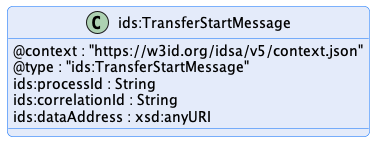
Above: transfer/images/transfer-start-message.png in International-Data-Spaces-Association/ids-specification (PlantUML), before the change.
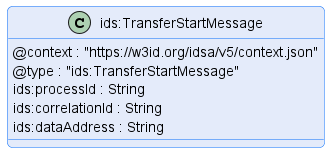
Later version of the same file.

What changed in the source:
```diff
@@ -11,7 +11,7 @@
     @type : "ids:TransferStartMessage"
     ids:processId : String
     ids:correlationId : String
-    ids:dataAddress : xsd:anyURI
+    ids:dataAddress : String
 }
 
 @enduml
```
